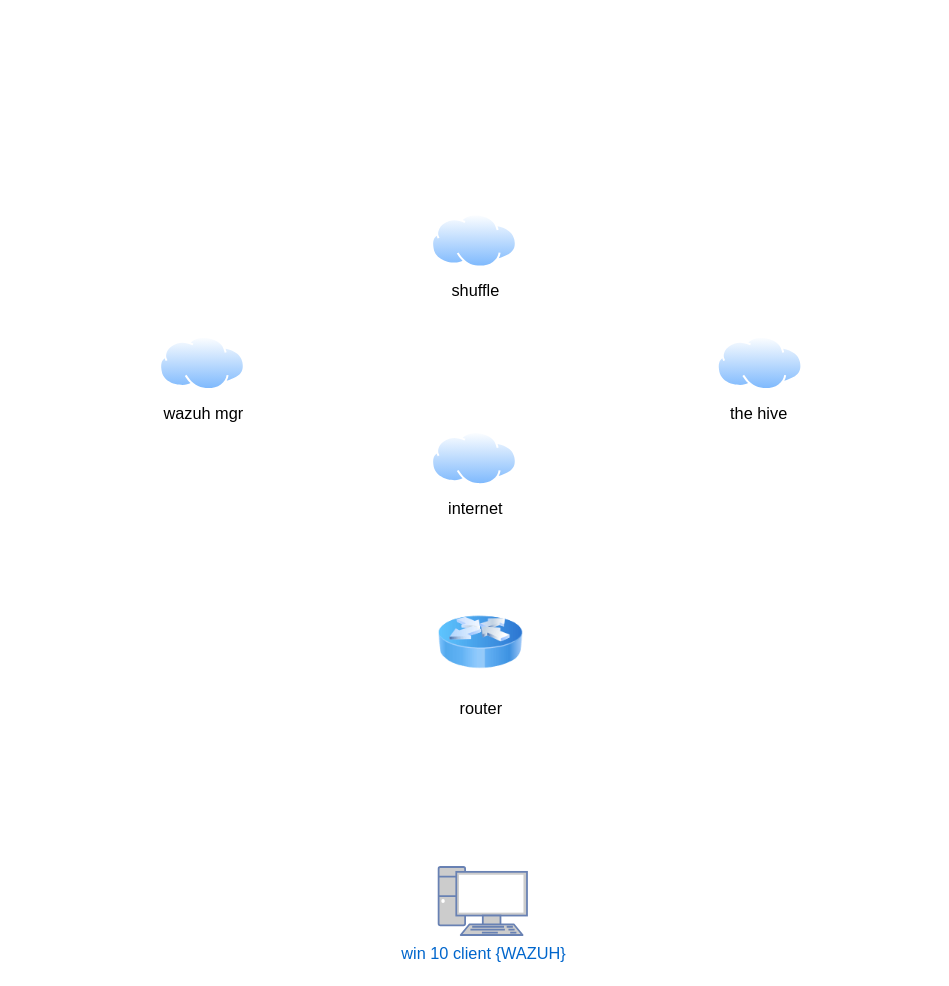
Earlier version of the draw.io diagram Untitled Diagram.drawio (maybewale/siem-lab). Source tidied: cells renumbered, new cells numbered last; positions are measured from the earlier drawing's top-left corner, leaving out a move shared by most shapes. Both pictures are drawn from the tidied source at 136%, with x=0, y=0 at pixel (159, 214).
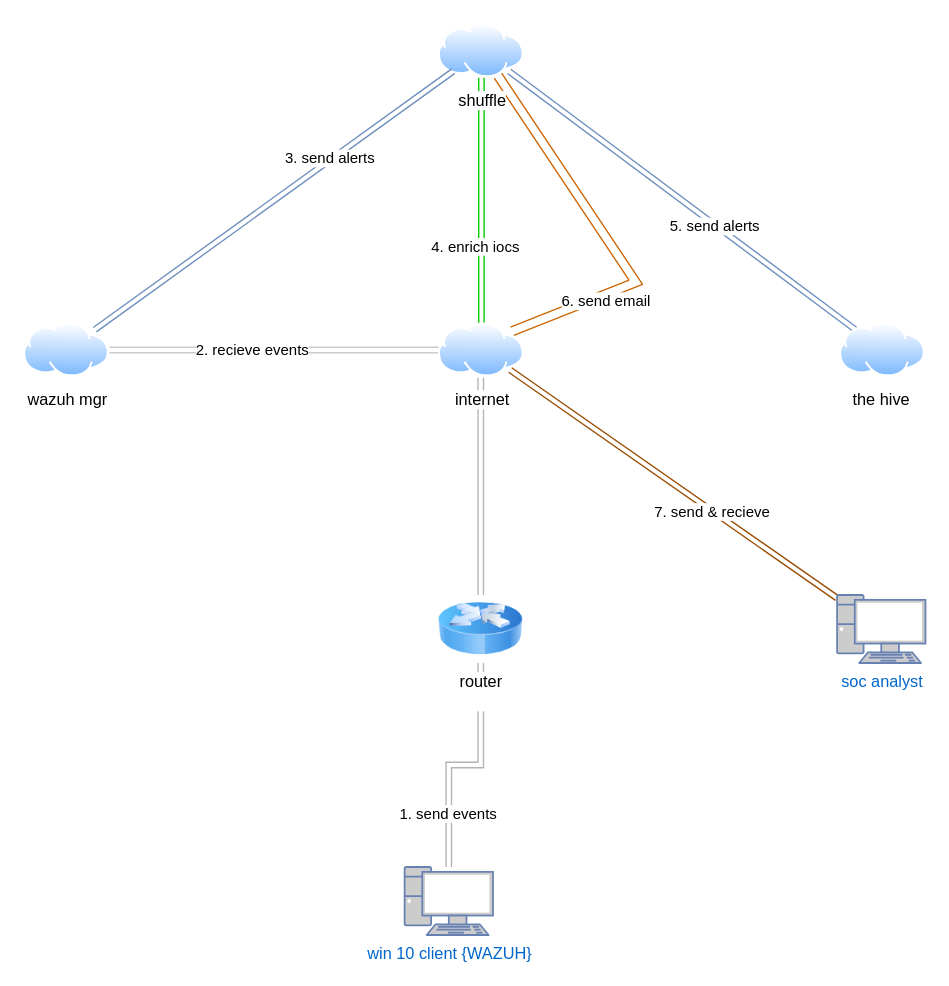
Above is the later version.

Commit message (it also covers changes not shown here):
soc lab

The edit, as a diff of the source:
```diff
@@
+    <mxCell id="8" style="edgeStyle=orthogonalEdgeStyle;rounded=0;jettySize=auto;html=1;exitX=0.5;exitY=0.07;exitDx=0;exitDy=0;exitPerimeter=0;shape=link;strokeColor=none;" parent="1" edge="1" source="2" target="3">
+      <mxGeometry relative="1" as="geometry" />
+    </mxCell>
+    <mxCell id="9" style="edgeStyle=orthogonalEdgeStyle;rounded=0;jettySize=auto;html=1;startArrow=classic;startFill=1;shape=link;strokeColor=#B3B3B3;" parent="1" edge="1" source="2" target="3">
+      <mxGeometry relative="1" as="geometry" />
+    </mxCell>
+    <mxCell id="10" value="1. send events" style="edgeLabel;html=1;align=center;verticalAlign=middle;" parent="9" vertex="1">
+      <mxGeometry x="-0.54" y="1" relative="1" as="geometry" />
+    </mxCell>
     <mxCell id="2" value="win 10 client {WAZUH}&lt;br&gt;" style="fontColor=#0066CC;verticalAlign=top;verticalLabelPosition=bottom;labelPosition=center;align=center;html=1;outlineConnect=0;fillColor=#CCCCCC;strokeColor=#6881B3;gradientColor=none;gradientDirection=north;strokeWidth=2;shape=mxgraph.networks.pc;" parent="1" vertex="1">
-      <mxGeometry x="205" y="480" width="65" height="50" as="geometry" />
+      <mxGeometry x="180" y="480" width="65" height="50" as="geometry" />
     </mxCell>
+    <mxCell id="11" style="edgeStyle=orthogonalEdgeStyle;rounded=0;jettySize=auto;html=1;shape=link;strokeColor=#B3B3B3;" parent="1" edge="1" source="3">
+      <mxGeometry relative="1" as="geometry">
+        <mxPoint x="236" y="120" as="targetPoint" />
+      </mxGeometry>
+    </mxCell>
     <mxCell id="3" value="router&lt;br&gt;&lt;br&gt;" style="image;html=1;image=img/lib/clip_art/networking/Router_Icon_128x128.png;" parent="1" vertex="1">
-      <mxGeometry x="205" y="280" width="62" height="70" as="geometry" />
+      <mxGeometry x="205" y="280" width="62" height="50" as="geometry" />
     </mxCell>
+    <mxCell id="12" style="edgeStyle=orthogonalEdgeStyle;rounded=0;jettySize=auto;html=1;shape=link;strokeColor=#00CC00;" parent="1" edge="1" source="4" target="6">
+      <mxGeometry relative="1" as="geometry" />
+    </mxCell>
+    <mxCell id="13" value="4. enrich iocs" style="edgeLabel;html=1;align=center;verticalAlign=middle;" parent="12" vertex="1">
+      <mxGeometry x="0.37" y="-5" relative="1" as="geometry" />
+    </mxCell>
+    <mxCell id="14" style="rounded=0;jettySize=auto;html=1;shape=link;fillColor=#dae8fc;strokeColor=#6c8ebf;" parent="1" edge="1" source="4" target="7">
+      <mxGeometry relative="1" as="geometry" />
+    </mxCell>
+    <mxCell id="15" value="5. send alerts" style="edgeLabel;html=1;align=center;verticalAlign=middle;" parent="14" vertex="1">
+      <mxGeometry x="0.19" y="-1" relative="1" as="geometry" />
+    </mxCell>
+    <mxCell id="16" style="rounded=0;jettySize=auto;html=1;entryX=1;entryY=0;entryDx=0;entryDy=0;shape=link;width=6.551724137931036;fillColor=#ffe6cc;strokeColor=#CC6600;" parent="1" edge="1" source="4" target="6">
+      <mxGeometry relative="1" as="geometry">
+        <Array as="points">
+          <mxPoint x="350" y="50" />
+        </Array>
+      </mxGeometry>
+    </mxCell>
+    <mxCell id="17" value="6. send email" style="edgeLabel;html=1;align=center;verticalAlign=middle;" parent="16" vertex="1">
+      <mxGeometry x="0.48" y="5" relative="1" as="geometry">
+        <mxPoint x="-2" as="offset" />
+      </mxGeometry>
+    </mxCell>
     <mxCell id="4" value="shuffle" style="image;perimeter=ellipsePerimeter;html=1;align=center;shadow=0;dashed=0;spacingTop=3;image=img/lib/active_directory/internet_cloud.svg;" parent="1" vertex="1">
-      <mxGeometry x="200" width="63" height="39.7" as="geometry" />
+      <mxGeometry x="205" y="-140" width="63" height="39.7" as="geometry" />
     </mxCell>
+    <mxCell id="18" style="edgeStyle=orthogonalEdgeStyle;rounded=0;jettySize=auto;html=1;shape=link;strokeColor=#CCCCCC;" parent="1" edge="1" source="5" target="6">
+      <mxGeometry relative="1" as="geometry" />
+    </mxCell>
+    <mxCell id="19" value="2. recieve events" style="edgeLabel;html=1;align=center;verticalAlign=middle;" parent="18" vertex="1">
+      <mxGeometry x="-0.14" relative="1" as="geometry" />
+    </mxCell>
+    <mxCell id="20" style="rounded=0;jettySize=auto;html=1;shape=link;fillColor=#dae8fc;strokeColor=#6c8ebf;" parent="1" edge="1" source="5" target="4">
+      <mxGeometry relative="1" as="geometry" />
+    </mxCell>
+    <mxCell id="21" value="3. send alerts" style="edgeLabel;html=1;align=center;verticalAlign=middle;" parent="20" vertex="1">
+      <mxGeometry x="0.32" y="2" relative="1" as="geometry" />
+    </mxCell>
     <mxCell id="5" value="wazuh mgr&lt;br&gt;" style="image;perimeter=ellipsePerimeter;html=1;align=center;shadow=0;dashed=0;spacingTop=3;image=img/lib/active_directory/internet_cloud.svg;" parent="1" vertex="1">
-      <mxGeometry y="90" width="63" height="39.7" as="geometry" />
+      <mxGeometry x="-100" y="80" width="63" height="39.7" as="geometry" />
     </mxCell>
+    <mxCell id="22" style="rounded=0;jettySize=auto;html=1;shape=link;fillColor=#ffe6cc;strokeColor=#994C00;" parent="1" edge="1" source="6" target="24">
+      <mxGeometry relative="1" as="geometry" />
+    </mxCell>
+    <mxCell id="23" value="7. send &amp;amp; recieve" style="edgeLabel;html=1;align=center;verticalAlign=middle;" parent="22" vertex="1">
+      <mxGeometry x="0.23" relative="1" as="geometry">
+        <mxPoint y="1" as="offset" />
+      </mxGeometry>
+    </mxCell>
     <mxCell id="6" value="internet&lt;br&gt;" style="image;perimeter=ellipsePerimeter;html=1;align=center;shadow=0;dashed=0;spacingTop=3;image=img/lib/active_directory/internet_cloud.svg;" parent="1" vertex="1">
-      <mxGeometry x="200" y="160" width="63" height="39.7" as="geometry" />
+      <mxGeometry x="205" y="80" width="63" height="39.7" as="geometry" />
     </mxCell>
     <mxCell id="7" value="the hive&amp;nbsp;" style="image;perimeter=ellipsePerimeter;html=1;align=center;shadow=0;dashed=0;spacingTop=3;image=img/lib/active_directory/internet_cloud.svg;" parent="1" vertex="1">
-      <mxGeometry x="410" y="90" width="63" height="39.7" as="geometry" />
+      <mxGeometry x="500" y="80" width="63" height="39.7" as="geometry" />
     </mxCell>
+    <mxCell id="24" value="soc analyst" style="fontColor=#0066CC;verticalAlign=top;verticalLabelPosition=bottom;labelPosition=center;align=center;html=1;outlineConnect=0;fillColor=#CCCCCC;strokeColor=#6881B3;gradientColor=none;gradientDirection=north;strokeWidth=2;shape=mxgraph.networks.pc;" parent="1" vertex="1">
+      <mxGeometry x="498" y="280" width="65" height="50" as="geometry" />
+    </mxCell>
+    <mxCell id="25" style="edgeStyle=orthogonalEdgeStyle;rounded=0;orthogonalLoop=1;jettySize=auto;html=1;exitX=0.5;exitY=1;exitDx=0;exitDy=0;" parent="1" edge="1" source="4" target="4">
+      <mxGeometry relative="1" as="geometry" />
+    </mxCell>
```
